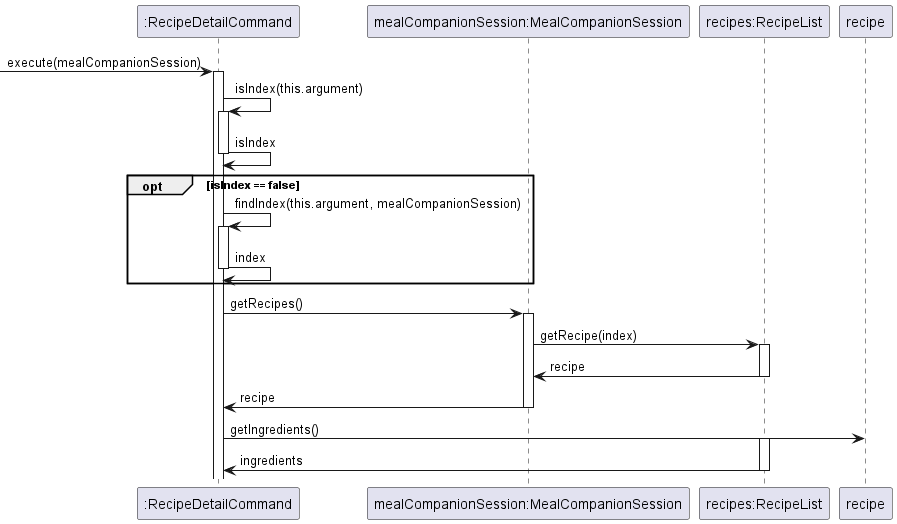
Before: docs/images/RecipeDetailCommandSequence.png, a diagram exported from PlantUML (nus-cs2113-AY2223S2/tp). Its diagram source:
```plantuml
@startuml
!include Style.puml
participant ":RecipeDetailCommand" as RecipeDetailCommand
participant "mealCompanionSession:MealCompanionSession" as mealCompanionSession
participant "recipes:RecipeList" as recipes

-> RecipeDetailCommand: execute(mealCompanionSession)
activate RecipeDetailCommand
RecipeDetailCommand -> RecipeDetailCommand: isIndex(this.argument)
activate RecipeDetailCommand
RecipeDetailCommand -> RecipeDetailCommand: isIndex
deactivate RecipeDetailCommand
opt isIndex == false
RecipeDetailCommand -> RecipeDetailCommand: findIndex(this.argument, mealCompanionSession)
activate RecipeDetailCommand
RecipeDetailCommand -> RecipeDetailCommand: index
deactivate RecipeDetailCommand
end
RecipeDetailCommand -> mealCompanionSession: getRecipes()
activate mealCompanionSession
mealCompanionSession -> recipes: getRecipe(index)
activate recipes
recipes -> mealCompanionSession: recipe
deactivate recipes
mealCompanionSession -> RecipeDetailCommand: recipe
deactivate mealCompanionSession
RecipeDetailCommand -> recipe: getIngredients()
activate recipes
recipes -> RecipeDetailCommand: ingredients
deactivate recipes

@enduml
```
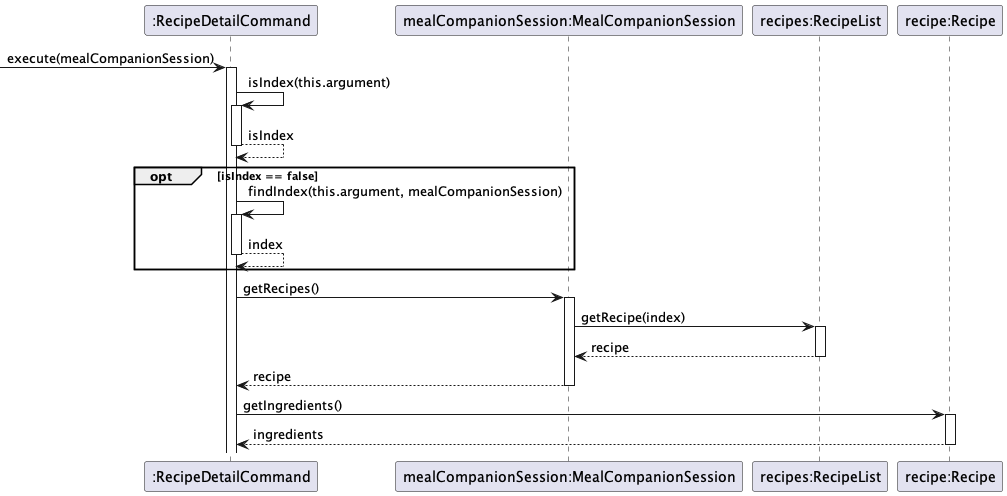
After the commit.

What changed in the source:
```diff
@@ -3,30 +3,31 @@
 participant ":RecipeDetailCommand" as RecipeDetailCommand
 participant "mealCompanionSession:MealCompanionSession" as mealCompanionSession
 participant "recipes:RecipeList" as recipes
+participant "recipe:Recipe" as recipe
 
 -> RecipeDetailCommand: execute(mealCompanionSession)
 activate RecipeDetailCommand
 RecipeDetailCommand -> RecipeDetailCommand: isIndex(this.argument)
 activate RecipeDetailCommand
-RecipeDetailCommand -> RecipeDetailCommand: isIndex
+RecipeDetailCommand --> RecipeDetailCommand: isIndex
 deactivate RecipeDetailCommand
 opt isIndex == false
 RecipeDetailCommand -> RecipeDetailCommand: findIndex(this.argument, mealCompanionSession)
 activate RecipeDetailCommand
-RecipeDetailCommand -> RecipeDetailCommand: index
+RecipeDetailCommand --> RecipeDetailCommand: index
 deactivate RecipeDetailCommand
 end
 RecipeDetailCommand -> mealCompanionSession: getRecipes()
 activate mealCompanionSession
 mealCompanionSession -> recipes: getRecipe(index)
 activate recipes
-recipes -> mealCompanionSession: recipe
+recipes --> mealCompanionSession: recipe
 deactivate recipes
-mealCompanionSession -> RecipeDetailCommand: recipe
+mealCompanionSession --> RecipeDetailCommand: recipe
 deactivate mealCompanionSession
 RecipeDetailCommand -> recipe: getIngredients()
-activate recipes
-recipes -> RecipeDetailCommand: ingredients
-deactivate recipes
+activate recipe
+recipe --> RecipeDetailCommand: ingredients
+deactivate recipe
 
 @enduml
```
